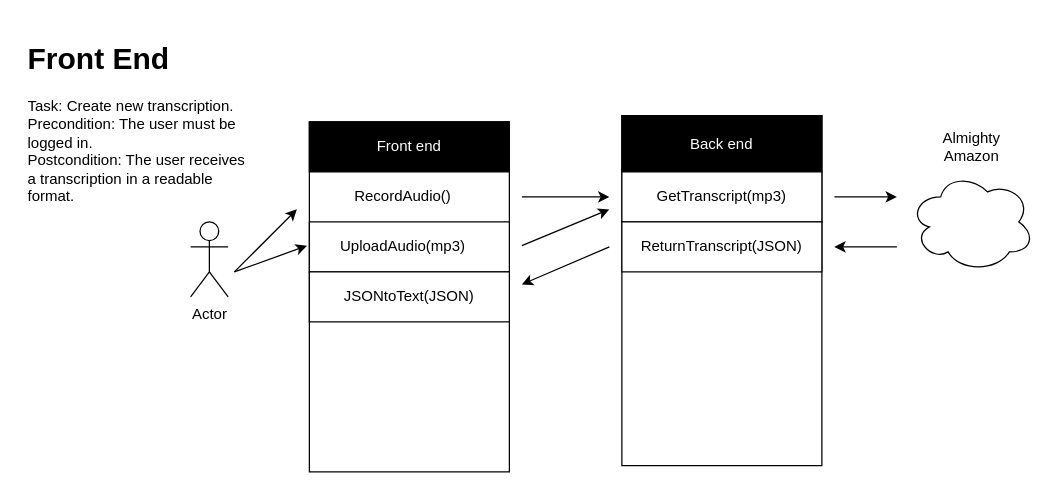
Before: Untitled Diagram.drawio in qiandrew/AudioNote, a draw.io diagram. Source tidied: cells renumbered, new cells numbered last; positions are measured from the earlier drawing's top-left corner, leaving out a move shared by most shapes. Both pictures are drawn from the tidied source at 125%, with x=0, y=0 at pixel (21, 34).
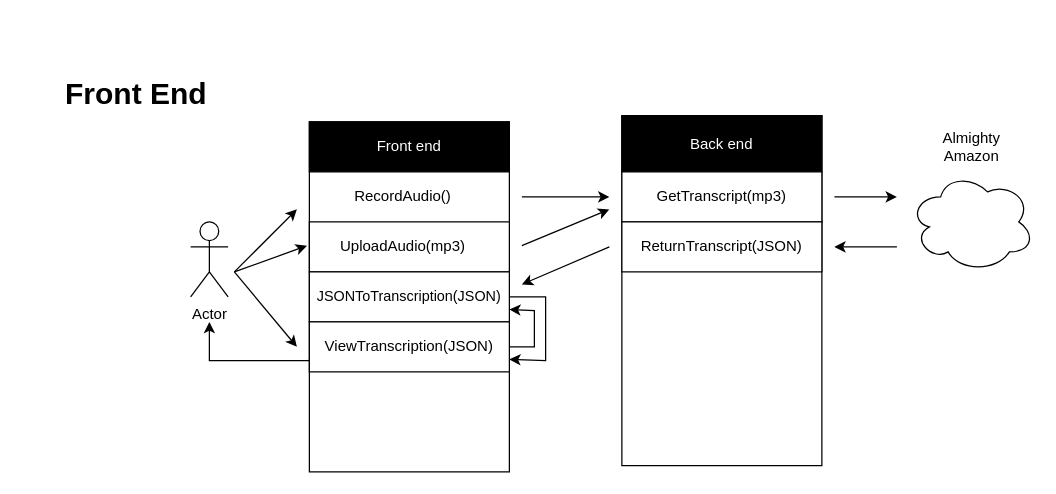
After the change.

The change refers to these unchanged cells:
```xml
<mxCell id="2" style="rounded=0;whiteSpace=wrap;html=1;" parent="1" vertex="1">
  <mxGeometry x="230" y="70" width="160" height="280" as="geometry" />
</mxCell>
<mxCell id="25" style="rounded=0;whiteSpace=wrap;html=1;fillColor=#FFFFFF;fontColor=#000000;" parent="1" vertex="1">
  <mxGeometry x="230" y="190" width="160" height="40" as="geometry" />
</mxCell>
```

Diff of the diagram source:
```diff
@@
+    <mxCell id="28" style="edgeStyle=orthogonalEdgeStyle;rounded=0;jettySize=auto;html=1;exitX=1;exitY=0.5;exitDx=0;exitDy=0;fontSize=11.5;entryX=1;entryY=0.75;entryDx=0;entryDy=0;" parent="1" edge="1" source="2" target="31">
+      <mxGeometry relative="1" as="geometry">
+        <Array as="points">
+          <mxPoint x="419" y="210" />
+          <mxPoint x="419" y="261" />
+        </Array>
+      </mxGeometry>
+    </mxCell>
@@
-    <mxCell id="3" value="&lt;h1&gt;Front End&lt;/h1&gt;&lt;div&gt;Task: Create new transcription.&lt;/div&gt;&lt;div&gt;Precondition: The user must be logged in.&lt;/div&gt;&lt;div&gt;Postcondition: The user receives a transcription in a readable format.&lt;br&gt;&lt;/div&gt;" style="text;html=1;strokeColor=none;fillColor=none;spacing=5;spacingTop=-20;whiteSpace=wrap;overflow=hidden;rounded=0;" parent="1" vertex="1">
-      <mxGeometry width="190" height="140" as="geometry" />
+    <mxCell id="3" value="&lt;h1&gt;Front End&lt;/h1&gt;" style="text;html=1;strokeColor=none;fillColor=none;spacing=5;spacingTop=-20;whiteSpace=wrap;overflow=hidden;rounded=0;" parent="1" vertex="1">
+      <mxGeometry x="30" y="27.5" width="190" height="140" as="geometry" />
     </mxCell>
@@
-    <mxCell id="26" value="&lt;div&gt;JSONtoText(JSON)&lt;/div&gt;" style="text;html=1;strokeColor=none;fillColor=none;align=center;verticalAlign=middle;whiteSpace=wrap;rounded=0;fontColor=#000000;" parent="1" vertex="1">
+    <mxCell id="26" value="JSONToTranscription(JSON)" style="text;html=1;strokeColor=none;fillColor=none;align=center;verticalAlign=middle;whiteSpace=wrap;rounded=0;fontColor=#000000;fontSize=11.5;" parent="1" vertex="1">
       <mxGeometry x="290" y="200" width="40" height="20" as="geometry" />
     </mxCell>
@@
+    <mxCell id="29" style="edgeStyle=orthogonalEdgeStyle;rounded=0;jettySize=auto;html=1;exitX=0;exitY=0.75;exitDx=0;exitDy=0;fontSize=11.5;" parent="1" edge="1" source="31">
+      <mxGeometry relative="1" as="geometry">
+        <mxPoint x="150" y="230" as="targetPoint" />
+        <Array as="points">
+          <mxPoint x="150" y="261" />
+        </Array>
+      </mxGeometry>
+    </mxCell>
+    <mxCell id="30" style="edgeStyle=orthogonalEdgeStyle;rounded=0;jettySize=auto;html=1;exitX=1;exitY=0.25;exitDx=0;exitDy=0;entryX=1;entryY=0.75;entryDx=0;entryDy=0;fontSize=11.5;" parent="1" edge="1" source="31" target="25">
+      <mxGeometry relative="1" as="geometry">
+        <Array as="points">
+          <mxPoint x="390" y="250" />
+          <mxPoint x="410" y="250" />
+          <mxPoint x="410" y="221" />
+        </Array>
+      </mxGeometry>
+    </mxCell>
+    <mxCell id="31" style="rounded=0;whiteSpace=wrap;html=1;fillColor=#FFFFFF;fontColor=#000000;" parent="1" vertex="1">
+      <mxGeometry x="230" y="230" width="160" height="40" as="geometry" />
+    </mxCell>
+    <mxCell id="32" value="&lt;div&gt;ViewTranscription(JSON)&lt;/div&gt;" style="text;html=1;strokeColor=none;fillColor=none;align=center;verticalAlign=middle;whiteSpace=wrap;rounded=0;fontColor=#000000;" parent="1" vertex="1">
+      <mxGeometry x="290" y="240" width="40" height="20" as="geometry" />
+    </mxCell>
+    <mxCell id="33" style="endArrow=classic;html=1;fontSize=11.5;" parent="1" edge="1">
+      <mxGeometry relative="1" as="geometry">
+        <mxPoint x="170" y="190" as="sourcePoint" />
+        <mxPoint x="220" y="250" as="targetPoint" />
+      </mxGeometry>
+    </mxCell>
```
